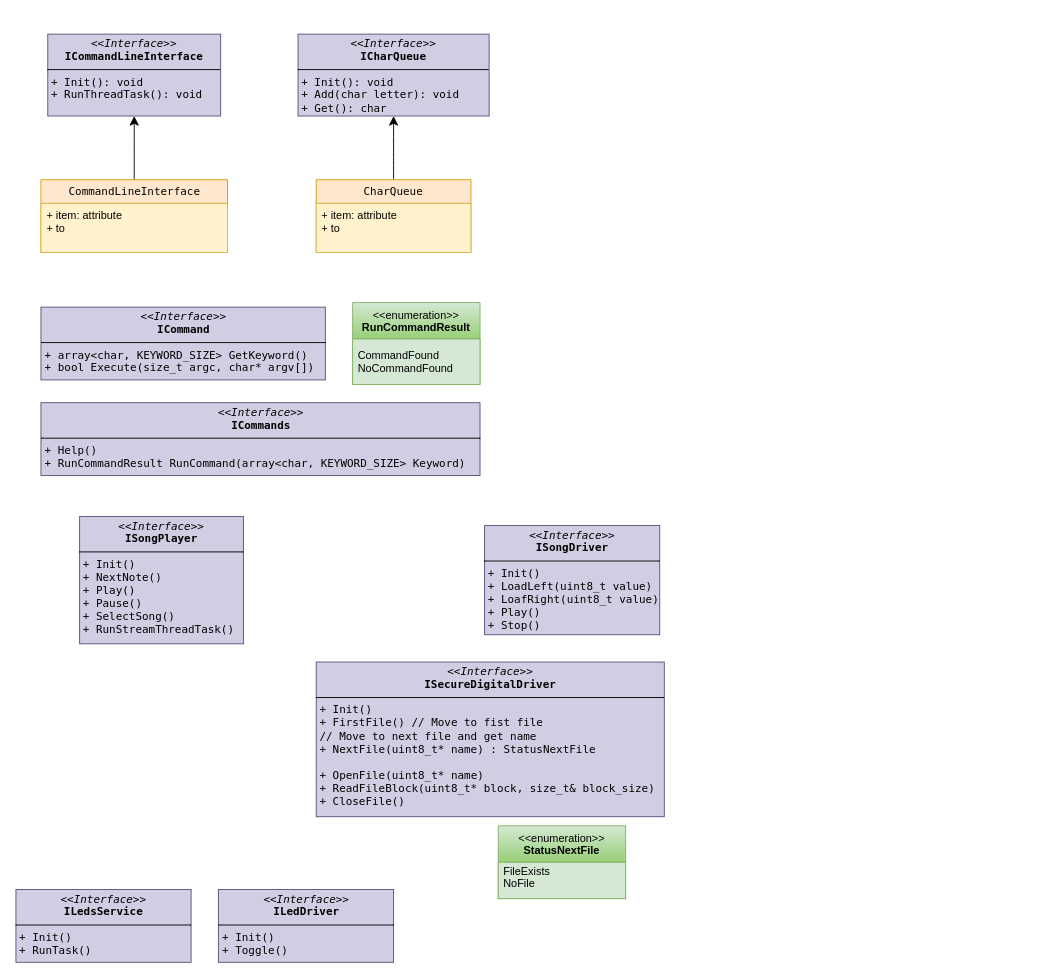
Hitthesurf/music_player keeps this draw.io diagram as docs/Music_Player.drawio. Above is the earlier version. Source tidied: cells renumbered, new cells numbered last; positions are measured from the earlier drawing's top-left corner, leaving out a move shared by most shapes. Both pictures are drawn from the tidied source at 91%, with x=0, y=0 at pixel (15, 34).
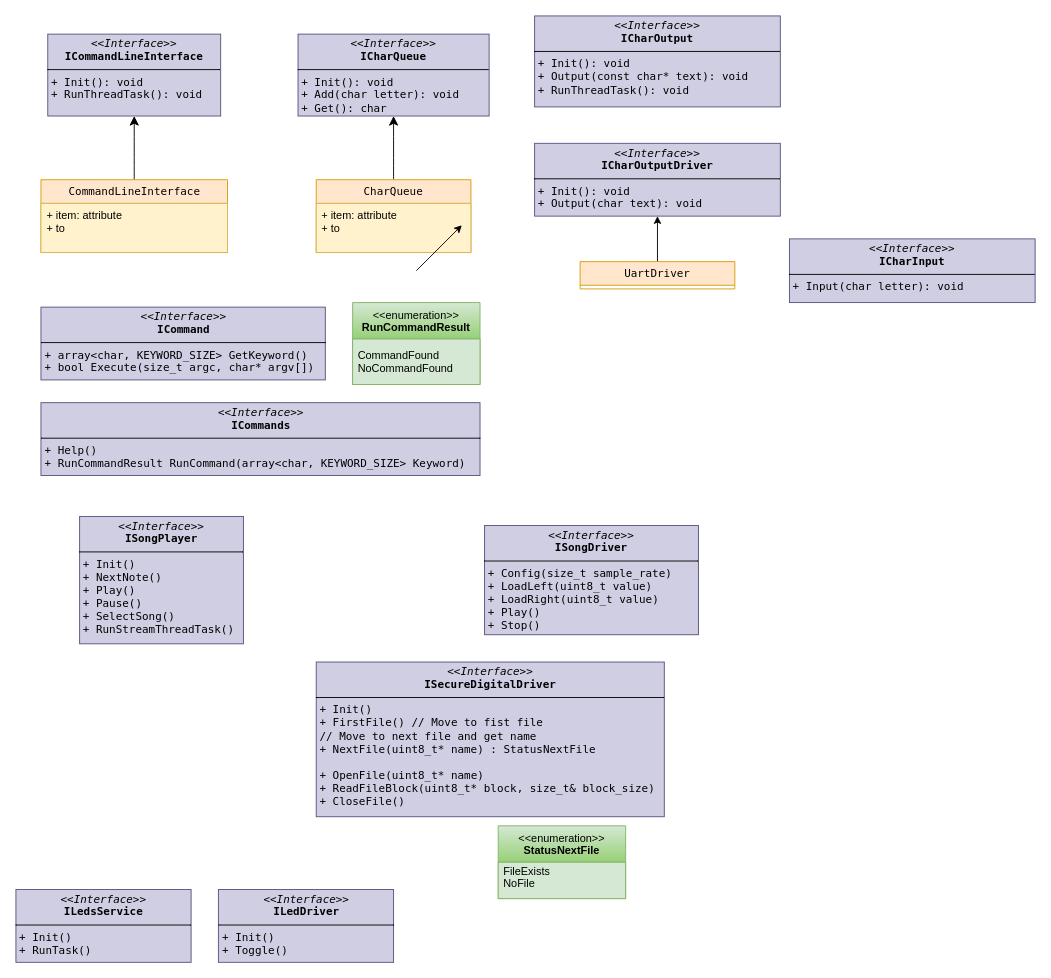
The same diagram, later.

Diff of the diagram source:
```diff
@@
-    <mxCell id="15" value="&lt;p style=&quot;margin:0px;margin-top:4px;text-align:center;&quot;&gt;&lt;i&gt;&amp;lt;&amp;lt;Interface&amp;gt;&amp;gt;&lt;/i&gt;&lt;br&gt;&lt;b style=&quot;&quot;&gt;&lt;font&gt;ISongDriver&lt;/font&gt;&lt;/b&gt;&lt;/p&gt;&lt;hr style=&quot;border-style:solid;&quot; size=&quot;1&quot;&gt;&lt;p style=&quot;margin:0px;margin-left:4px;&quot;&gt;&lt;font&gt;+ Init()&lt;/font&gt;&lt;/p&gt;&lt;p style=&quot;margin:0px;margin-left:4px;&quot;&gt;&lt;font&gt;+ LoadLeft(uint8_t value)&lt;/font&gt;&lt;/p&gt;&lt;p style=&quot;margin:0px;margin-left:4px;&quot;&gt;&lt;font&gt;+ LoafRight&lt;/font&gt;&lt;span style=&quot;background-color: transparent; color: light-dark(rgb(0, 0, 0), rgb(255, 255, 255));&quot;&gt;(uint8_t value)&lt;/span&gt;&lt;/p&gt;&lt;p style=&quot;margin:0px;margin-left:4px;&quot;&gt;&lt;font&gt;+ Play(&lt;/font&gt;&lt;span style=&quot;background-color: transparent; color: light-dark(rgb(0, 0, 0), rgb(255, 255, 255));&quot;&gt;)&lt;/span&gt;&lt;/p&gt;&lt;p style=&quot;margin:0px;margin-left:4px;&quot;&gt;&lt;span style=&quot;background-color: transparent; color: light-dark(rgb(0, 0, 0), rgb(255, 255, 255));&quot;&gt;+ Stop()&lt;/span&gt;&lt;/p&gt;" style="verticalAlign=top;align=left;overflow=fill;html=1;whiteSpace=wrap;fillColor=#d0cee2;strokeColor=#56517e;fontFamily=Lucida Console;" parent="1" vertex="1">
-      <mxGeometry x="515" y="540" width="192.5" height="120" as="geometry" />
+    <mxCell id="15" value="&lt;p style=&quot;margin:0px;margin-top:4px;text-align:center;&quot;&gt;&lt;i&gt;&amp;lt;&amp;lt;Interface&amp;gt;&amp;gt;&lt;/i&gt;&lt;br&gt;&lt;b style=&quot;&quot;&gt;&lt;font&gt;ISongDriver&lt;/font&gt;&lt;/b&gt;&lt;/p&gt;&lt;hr style=&quot;border-style:solid;&quot; size=&quot;1&quot;&gt;&lt;p style=&quot;margin:0px;margin-left:4px;&quot;&gt;&lt;font&gt;+ Config(size_t sample_rate)&lt;/font&gt;&lt;/p&gt;&lt;p style=&quot;margin:0px;margin-left:4px;&quot;&gt;&lt;font&gt;+ LoadLeft(uint8_t value)&lt;/font&gt;&lt;/p&gt;&lt;p style=&quot;margin:0px;margin-left:4px;&quot;&gt;&lt;font&gt;+ LoadRight&lt;/font&gt;&lt;span style=&quot;background-color: transparent; color: light-dark(rgb(0, 0, 0), rgb(255, 255, 255));&quot;&gt;(uint8_t value)&lt;/span&gt;&lt;/p&gt;&lt;p style=&quot;margin:0px;margin-left:4px;&quot;&gt;&lt;font&gt;+ Play(&lt;/font&gt;&lt;span style=&quot;background-color: transparent; color: light-dark(rgb(0, 0, 0), rgb(255, 255, 255));&quot;&gt;)&lt;/span&gt;&lt;/p&gt;&lt;p style=&quot;margin:0px;margin-left:4px;&quot;&gt;&lt;span style=&quot;background-color: transparent; color: light-dark(rgb(0, 0, 0), rgb(255, 255, 255));&quot;&gt;+ Stop()&lt;/span&gt;&lt;/p&gt;" style="verticalAlign=top;align=left;overflow=fill;html=1;whiteSpace=wrap;fillColor=#d0cee2;strokeColor=#56517e;fontFamily=Lucida Console;" parent="1" vertex="1">
+      <mxGeometry x="515" y="540" width="235" height="120" as="geometry" />
     </mxCell>
@@
+    <mxCell id="21" value="&lt;p style=&quot;margin:0px;margin-top:4px;text-align:center;&quot;&gt;&lt;i&gt;&amp;lt;&amp;lt;Interface&amp;gt;&amp;gt;&lt;/i&gt;&lt;br&gt;&lt;b style=&quot;&quot;&gt;&lt;font&gt;ICharOutput&lt;/font&gt;&lt;/b&gt;&lt;/p&gt;&lt;hr style=&quot;border-style:solid;&quot; size=&quot;1&quot;&gt;&lt;p style=&quot;margin:0px;margin-left:4px;&quot;&gt;&lt;font&gt;+ Init(): void&lt;br&gt;+ Output(const char* text): void&lt;/font&gt;&lt;/p&gt;&lt;p style=&quot;margin:0px;margin-left:4px;&quot;&gt;&lt;font&gt;+ RunThreadTask(): void&lt;/font&gt;&lt;/p&gt;" style="verticalAlign=top;align=left;overflow=fill;html=1;whiteSpace=wrap;fillColor=#d0cee2;strokeColor=#56517e;fontFamily=Lucida Console;" parent="1" vertex="1">
+      <mxGeometry x="570" y="-20" width="270" height="100" as="geometry" />
+    </mxCell>
+    <mxCell id="22" value="&lt;p style=&quot;margin:0px;margin-top:4px;text-align:center;&quot;&gt;&lt;i&gt;&amp;lt;&amp;lt;Interface&amp;gt;&amp;gt;&lt;/i&gt;&lt;br&gt;&lt;b style=&quot;&quot;&gt;&lt;font&gt;ICharOutputDriver&lt;/font&gt;&lt;/b&gt;&lt;/p&gt;&lt;hr style=&quot;border-style:solid;&quot; size=&quot;1&quot;&gt;&lt;p style=&quot;margin:0px;margin-left:4px;&quot;&gt;&lt;font&gt;+ Init(): void&lt;br&gt;+ Output(char text): void&lt;/font&gt;&lt;/p&gt;" style="verticalAlign=top;align=left;overflow=fill;html=1;whiteSpace=wrap;fillColor=#d0cee2;strokeColor=#56517e;fontFamily=Lucida Console;" parent="1" vertex="1">
+      <mxGeometry x="570" y="120" width="270" height="80" as="geometry" />
+    </mxCell>
+    <mxCell id="23" style="edgeStyle=orthogonalEdgeStyle;rounded=0;jettySize=auto;html=1;" parent="1" edge="1" source="24" target="22">
+      <mxGeometry relative="1" as="geometry" />
+    </mxCell>
+    <mxCell id="24" value="UartDriver" style="swimlane;fontStyle=0;horizontal=1;startSize=26;fillColor=#ffe6cc;whiteSpace=wrap;html=1;strokeColor=#d79b00;fontFamily=Lucida Console;" parent="1" vertex="1">
+      <mxGeometry x="620" y="250" width="170" height="30" as="geometry" />
+    </mxCell>
+    <mxCell id="25" style="endArrow=classic;html=1;rounded=0;" parent="1" edge="1">
+      <mxGeometry relative="1" as="geometry">
+        <mxPoint x="440" y="260" as="sourcePoint" />
+        <mxPoint x="490" y="210" as="targetPoint" />
+      </mxGeometry>
+    </mxCell>
+    <mxCell id="26" value="&lt;p style=&quot;margin:0px;margin-top:4px;text-align:center;&quot;&gt;&lt;i&gt;&amp;lt;&amp;lt;Interface&amp;gt;&amp;gt;&lt;/i&gt;&lt;br&gt;&lt;b style=&quot;&quot;&gt;&lt;font&gt;ICharInput&lt;/font&gt;&lt;/b&gt;&lt;/p&gt;&lt;hr style=&quot;border-style:solid;&quot; size=&quot;1&quot;&gt;&lt;p style=&quot;margin:0px;margin-left:4px;&quot;&gt;&lt;font&gt;+ Input(char letter): void&lt;/font&gt;&lt;/p&gt;" style="verticalAlign=top;align=left;overflow=fill;html=1;whiteSpace=wrap;fillColor=#d0cee2;strokeColor=#56517e;fontFamily=Lucida Console;" parent="1" vertex="1">
+      <mxGeometry x="850" y="225" width="270" height="70" as="geometry" />
+    </mxCell>
```
